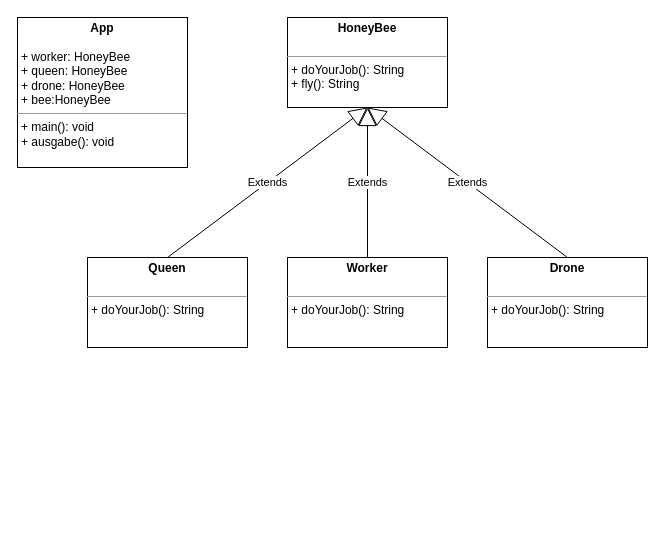
Above: page "HoneyBee + App" (2 of 2) of honeybee.drawio in Bernhard1966/05_Polymorphism (draw.io), before the change. Source tidied: cells renumbered, new cells numbered last; positions are measured from the earlier drawing's top-left corner, leaving out a move shared by most shapes. Both pictures are drawn from the tidied source at 100%, with x=0, y=0 at pixel (17, 17).
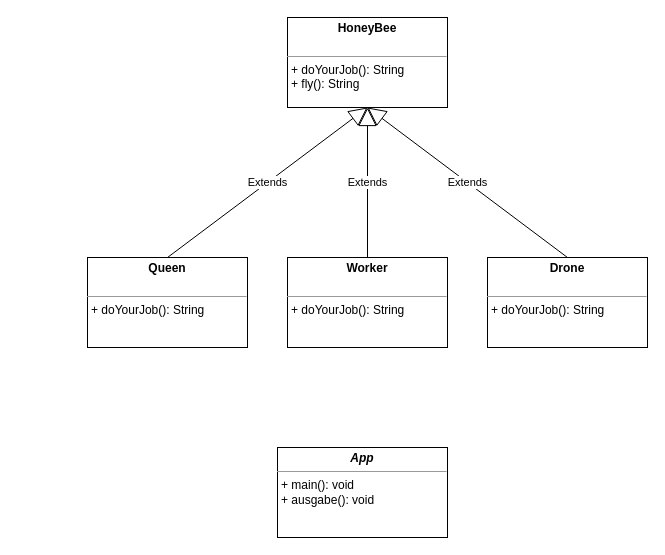
Above is the later version.

Commit message (it also covers changes not shown here):
HoneyBee() als Onbjekt

Change to the diagram source:
```diff
@@
 <mxGraphModel>
   <root>
     <mxCell id="0" />
     <mxCell id="1" parent="0" />
     <mxCell id="2" value="&lt;p style=&quot;margin: 0px ; margin-top: 4px ; text-align: center&quot;&gt;&lt;b&gt;HoneyBee&lt;/b&gt;&lt;/p&gt;&lt;p style=&quot;margin: 0px ; margin-left: 4px&quot;&gt;&lt;br&gt;&lt;/p&gt;&lt;hr size=&quot;1&quot;&gt;&lt;p style=&quot;margin: 0px ; margin-left: 4px&quot;&gt;+ doYourJob(): String&lt;/p&gt;&lt;p style=&quot;margin: 0px ; margin-left: 4px&quot;&gt;+ fly(): String&lt;/p&gt;" style="verticalAlign=top;align=left;overflow=fill;fontSize=12;fontFamily=Helvetica;html=1;" parent="1" vertex="1">
       <mxGeometry x="270" width="160" height="90" as="geometry" />
     </mxCell>
     <mxCell id="3" value="&lt;p style=&quot;margin: 0px ; margin-top: 4px ; text-align: center&quot;&gt;&lt;b&gt;Queen&lt;/b&gt;&lt;/p&gt;&lt;p style=&quot;margin: 0px ; margin-left: 4px&quot;&gt;&lt;br&gt;&lt;/p&gt;&lt;hr size=&quot;1&quot;&gt;&lt;p style=&quot;margin: 0px ; margin-left: 4px&quot;&gt;+ doYourJob(): String&lt;br&gt;&lt;/p&gt;" style="verticalAlign=top;align=left;overflow=fill;fontSize=12;fontFamily=Helvetica;html=1;" parent="1" vertex="1">
       <mxGeometry x="70" y="240" width="160" height="90" as="geometry" />
     </mxCell>
     <mxCell id="4" value="Extends" style="endArrow=block;endSize=16;endFill=0;html=1;exitX=0.5;exitY=0;exitDx=0;exitDy=0;entryX=0.5;entryY=1;entryDx=0;entryDy=0;" parent="1" edge="1" source="3" target="2">
       <mxGeometry relative="1" as="geometry" />
     </mxCell>
     <mxCell id="5" value="&lt;p style=&quot;margin: 0px ; margin-top: 4px ; text-align: center&quot;&gt;&lt;b&gt;Worker&lt;/b&gt;&lt;/p&gt;&lt;p style=&quot;margin: 0px ; margin-left: 4px&quot;&gt;&lt;br&gt;&lt;/p&gt;&lt;hr size=&quot;1&quot;&gt;&lt;p style=&quot;margin: 0px ; margin-left: 4px&quot;&gt;+ doYourJob(): String&lt;br&gt;&lt;/p&gt;" style="verticalAlign=top;align=left;overflow=fill;fontSize=12;fontFamily=Helvetica;html=1;" parent="1" vertex="1">
       <mxGeometry x="270" y="240" width="160" height="90" as="geometry" />
     </mxCell>
     <mxCell id="6" value="&lt;p style=&quot;margin: 0px ; margin-top: 4px ; text-align: center&quot;&gt;&lt;b&gt;Drone&lt;/b&gt;&lt;/p&gt;&lt;p style=&quot;margin: 0px ; margin-left: 4px&quot;&gt;&lt;br&gt;&lt;/p&gt;&lt;hr size=&quot;1&quot;&gt;&lt;p style=&quot;margin: 0px ; margin-left: 4px&quot;&gt;+ doYourJob(): String&lt;br&gt;&lt;/p&gt;" style="verticalAlign=top;align=left;overflow=fill;fontSize=12;fontFamily=Helvetica;html=1;" parent="1" vertex="1">
       <mxGeometry x="470" y="240" width="160" height="90" as="geometry" />
     </mxCell>
     <mxCell id="7" value="Extends" style="endArrow=block;endSize=16;endFill=0;html=1;exitX=0.5;exitY=0;exitDx=0;exitDy=0;entryX=0.5;entryY=1;entryDx=0;entryDy=0;" parent="1" edge="1" source="5" target="2">
       <mxGeometry relative="1" as="geometry" />
     </mxCell>
     <mxCell id="8" value="Extends" style="endArrow=block;endSize=16;endFill=0;html=1;exitX=0.5;exitY=0;exitDx=0;exitDy=0;entryX=0.5;entryY=1;entryDx=0;entryDy=0;" parent="1" edge="1" source="6" target="2">
       <mxGeometry relative="1" as="geometry" />
     </mxCell>
-    <mxCell id="9" value="&lt;p style=&quot;margin: 0px ; margin-top: 4px ; text-align: center&quot;&gt;&lt;b&gt;App&lt;/b&gt;&lt;/p&gt;&lt;p style=&quot;margin: 0px ; margin-left: 4px&quot;&gt;&lt;br&gt;&lt;/p&gt;&lt;p style=&quot;margin: 0px ; margin-left: 4px&quot;&gt;+ worker: HoneyBee&lt;/p&gt;&lt;p style=&quot;margin: 0px ; margin-left: 4px&quot;&gt;+ queen: HoneyBee&lt;br&gt;&lt;/p&gt;&lt;p style=&quot;margin: 0px ; margin-left: 4px&quot;&gt;+ drone: HoneyBee&lt;br&gt;&lt;/p&gt;&lt;p style=&quot;margin: 0px ; margin-left: 4px&quot;&gt;+ bee:HoneyBee&lt;/p&gt;&lt;hr size=&quot;1&quot;&gt;&lt;p style=&quot;margin: 0px ; margin-left: 4px&quot;&gt;+ main(): void&lt;/p&gt;&lt;p style=&quot;margin: 0px ; margin-left: 4px&quot;&gt;+ ausgabe(): void&lt;/p&gt;" style="verticalAlign=top;align=left;overflow=fill;fontSize=12;fontFamily=Helvetica;html=1;" parent="1" vertex="1">
-      <mxGeometry width="170" height="150" as="geometry" />
+    <mxCell id="9" value="&lt;p style=&quot;margin: 0px ; margin-top: 4px ; text-align: center&quot;&gt;&lt;b&gt;&lt;i&gt;App&lt;/i&gt;&lt;/b&gt;&lt;/p&gt;&lt;hr size=&quot;1&quot;&gt;&lt;p style=&quot;margin: 0px ; margin-left: 4px&quot;&gt;+ main(): void&lt;/p&gt;&lt;p style=&quot;margin: 0px ; margin-left: 4px&quot;&gt;+ ausgabe(): void&lt;/p&gt;" style="verticalAlign=top;align=left;overflow=fill;fontSize=12;fontFamily=Helvetica;html=1;" parent="1" vertex="1">
+      <mxGeometry x="260" y="430" width="170" height="90" as="geometry" />
     </mxCell>
   </root>
 </mxGraphModel>
```
